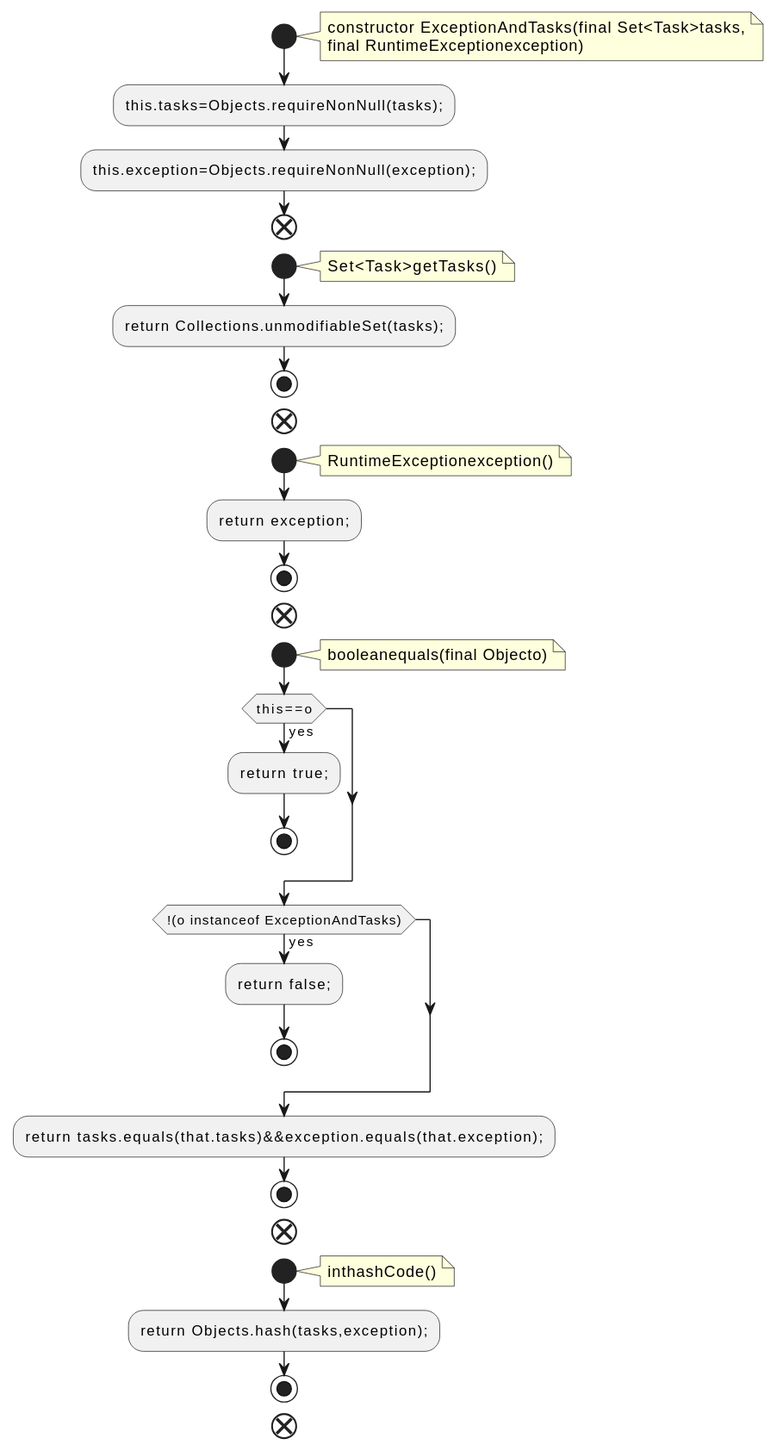
Above: docs/qc/streams/src/main/java/org/apache/kafka/streams/processor/internals/StateUpdater.java.fct.svg in qualitesys/kafka (PlantUML), before the change.
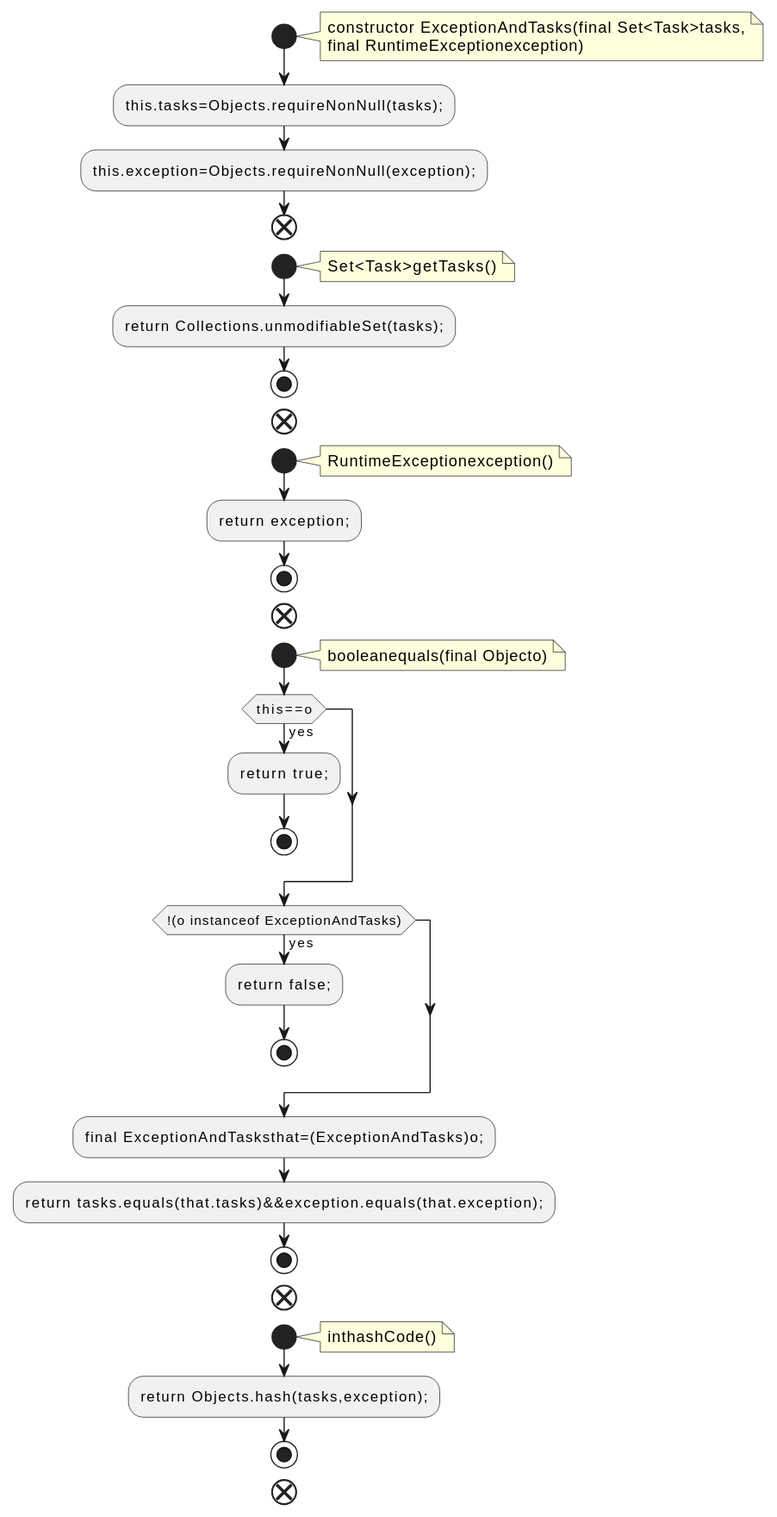
Above is the later version.

Diff of the diagram source:
```diff
@@ -34,6 +34,7 @@
 :return false;;
 stop
 endif
+:final ExceptionAndTasksthat=(ExceptionAndTasks)o;;
 :return tasks.equals(that.tasks)&&exception.equals(that.exception);;
 stop
 end
```
